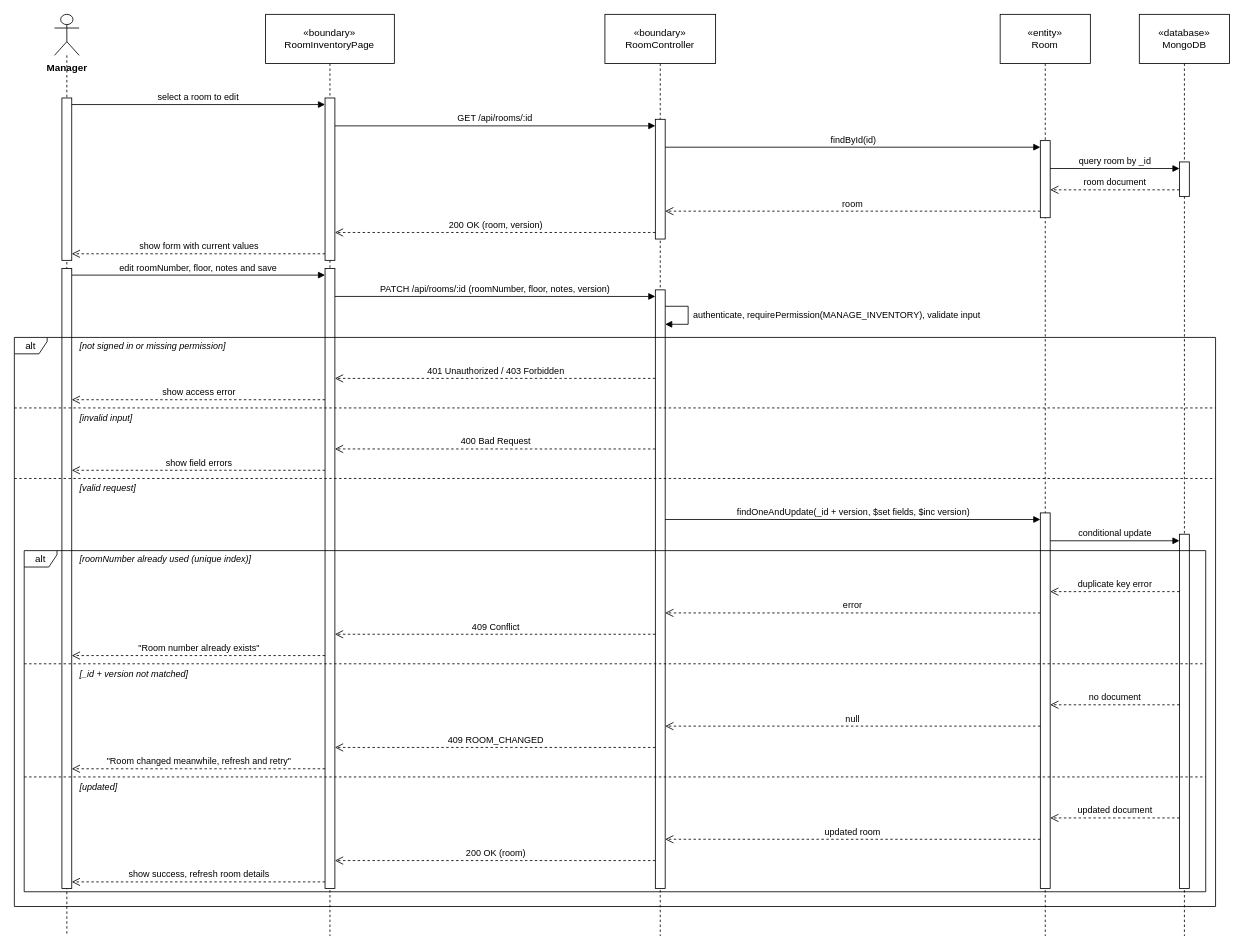
Above: final/diagrams/M1_Inventory-And-Pricing_Diagrams/sequence_diagrams/SD-01_UC-M09_UpdateRoomInfo.drawio in toikobi401/SWD392 (draw.io), before the change. Source tidied: cells renumbered, new cells numbered last; positions are measured from the earlier drawing's top-left corner, leaving out a move shared by most shapes. Both pictures are drawn from the tidied source at 82%, with x=0, y=0 at pixel (14, 14).
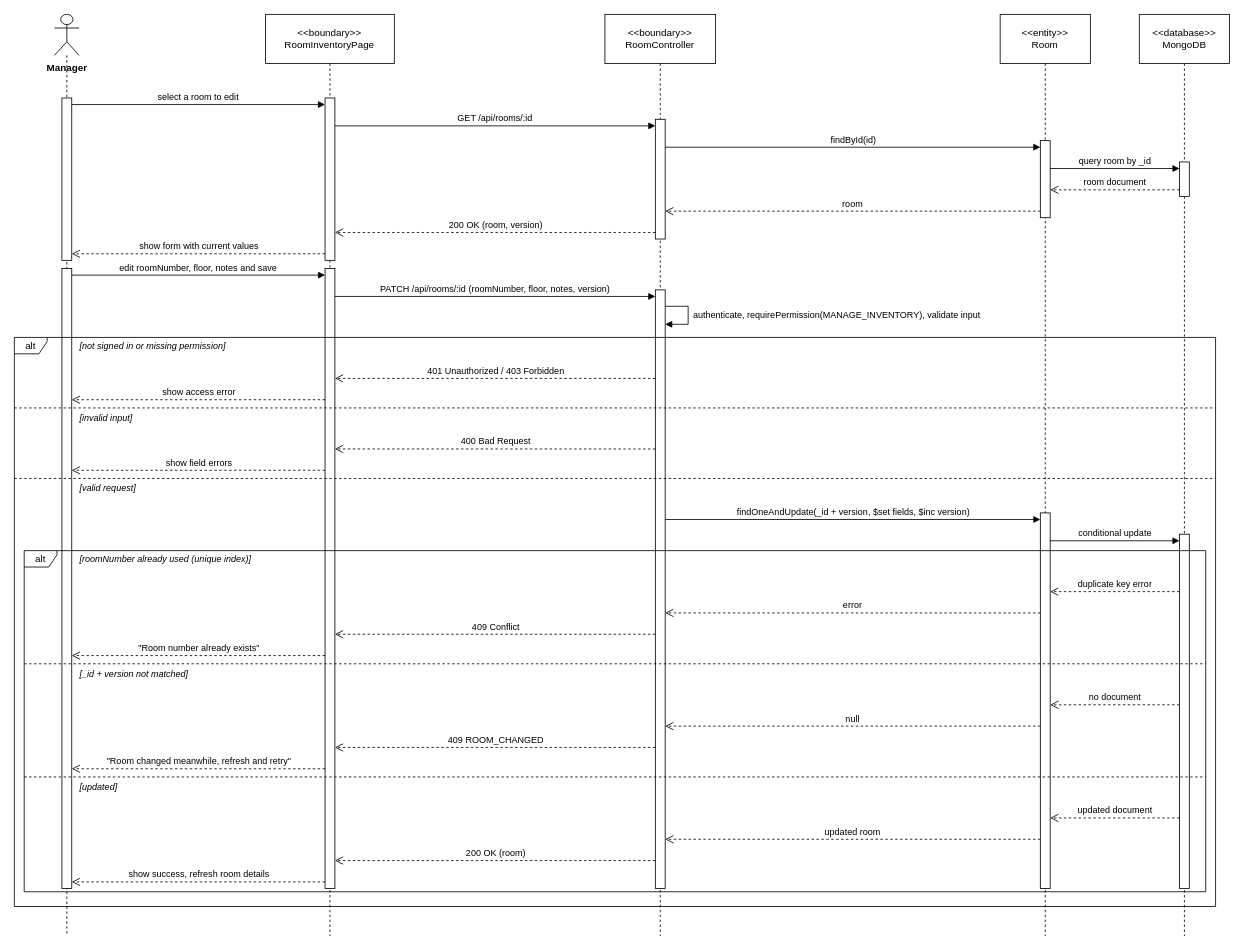
After the change.

Change to the diagram source:
```diff
@@
-    <mxCell id="3" value="«boundary»&lt;br&gt;RoomInventoryPage" style="shape=umlLifeline;perimeter=lifelinePerimeter;whiteSpace=wrap;html=1;size=60;" parent="1" vertex="1">
+    <mxCell id="3" value="&amp;lt;&amp;lt;boundary&amp;gt;&amp;gt;&lt;br&gt;RoomInventoryPage" style="shape=umlLifeline;perimeter=lifelinePerimeter;whiteSpace=wrap;html=1;size=60;" parent="1" vertex="1">
       <mxGeometry x="306.4" width="157" height="1124" as="geometry" />
     </mxCell>
-    <mxCell id="4" value="«boundary»&lt;br&gt;RoomController" style="shape=umlLifeline;perimeter=lifelinePerimeter;whiteSpace=wrap;html=1;size=60;" parent="1" vertex="1">
+    <mxCell id="4" value="&amp;lt;&amp;lt;boundary&amp;gt;&amp;gt;&lt;br&gt;RoomController" style="shape=umlLifeline;perimeter=lifelinePerimeter;whiteSpace=wrap;html=1;size=60;" parent="1" vertex="1">
       <mxGeometry x="720.2" width="135" height="1124" as="geometry" />
     </mxCell>
-    <mxCell id="5" value="«entity»&lt;br&gt;Room" style="shape=umlLifeline;perimeter=lifelinePerimeter;whiteSpace=wrap;html=1;size=60;" parent="1" vertex="1">
+    <mxCell id="5" value="&amp;lt;&amp;lt;entity&amp;gt;&amp;gt;&lt;br&gt;Room" style="shape=umlLifeline;perimeter=lifelinePerimeter;whiteSpace=wrap;html=1;size=60;" parent="1" vertex="1">
       <mxGeometry x="1202.2" width="110" height="1124" as="geometry" />
     </mxCell>
-    <mxCell id="6" value="«database»&lt;br&gt;MongoDB" style="shape=umlLifeline;perimeter=lifelinePerimeter;whiteSpace=wrap;html=1;size=60;" parent="1" vertex="1">
+    <mxCell id="6" value="&amp;lt;&amp;lt;database&amp;gt;&amp;gt;&lt;br&gt;MongoDB" style="shape=umlLifeline;perimeter=lifelinePerimeter;whiteSpace=wrap;html=1;size=60;" parent="1" vertex="1">
       <mxGeometry x="1371.9" width="110" height="1124" as="geometry" />
     </mxCell>
```
